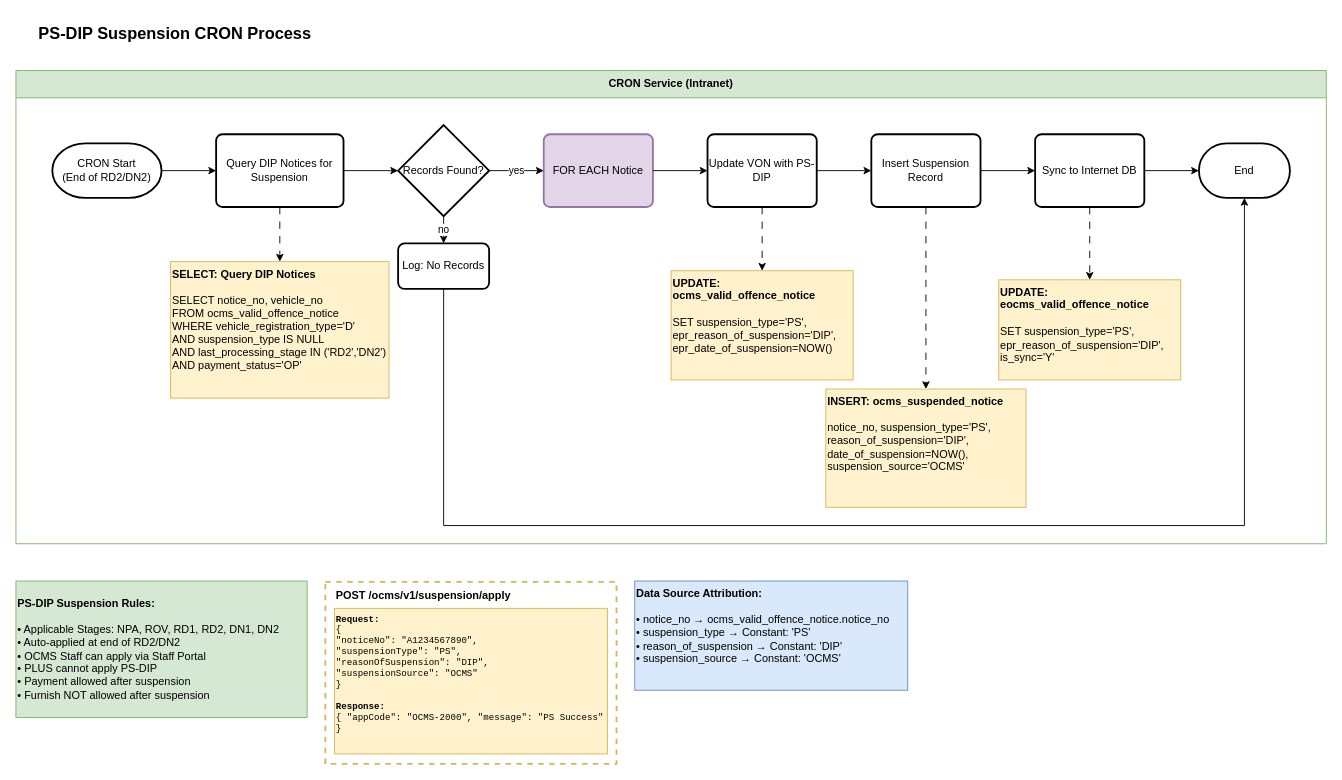
Above: page "Section_5_PS_DIP_Suspension" (5 of 5) of OCMS 14/Section 5/OCMS14-Technical_Flowchart_Section_5.drawio in rafifmgg/techdoc (draw.io), before the change. Source tidied: cells renumbered, new cells numbered last; positions are measured from the earlier drawing's top-left corner, leaving out a move shared by most shapes. Both pictures are drawn from the tidied source at 91%, with x=0, y=0 at pixel (15, 15).
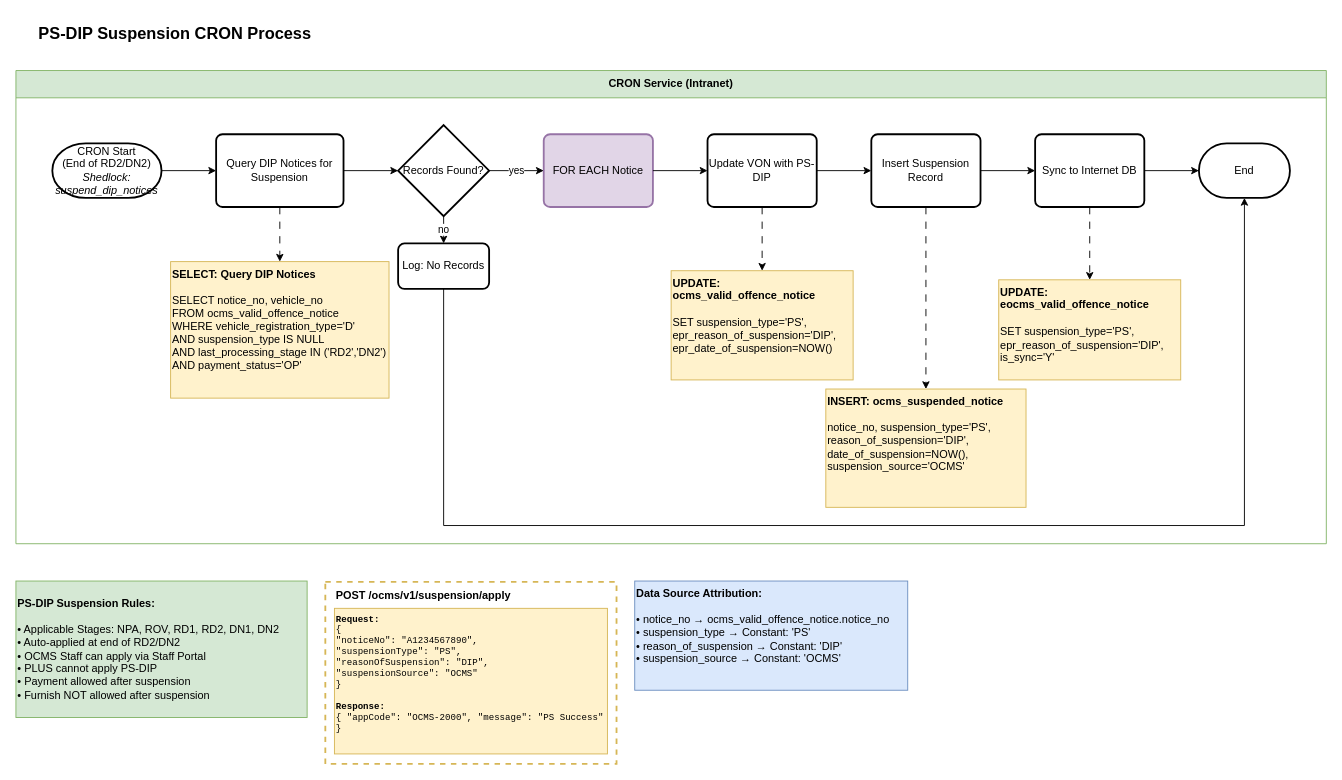
Above is the later version.

Unchanged cells that the change refers to:
```xml
<mxCell id="3" value="CRON Service (Intranet)" style="swimlane;whiteSpace=wrap;html=1;fillColor=#d5e8d4;strokeColor=#82b366;startSize=30;" parent="1" vertex="1">
  <mxGeometry y="60" width="1440" height="520" as="geometry" />
</mxCell>
```

What changed in the source:
```diff
@@
-    <mxCell id="4" value="CRON Start&lt;br&gt;(End of RD2/DN2)" style="strokeWidth=2;html=1;shape=mxgraph.flowchart.terminator;whiteSpace=wrap;" parent="3" vertex="1">
+    <mxCell id="4" value="CRON Start&lt;br&gt;(End of RD2/DN2)&lt;br&gt;&lt;i&gt;Shedlock: suspend_dip_notices&lt;/i&gt;" style="strokeWidth=2;html=1;shape=mxgraph.flowchart.terminator;whiteSpace=wrap;" parent="3" vertex="1">
       <mxGeometry x="40" y="80" width="120" height="60" as="geometry" />
     </mxCell>
```
